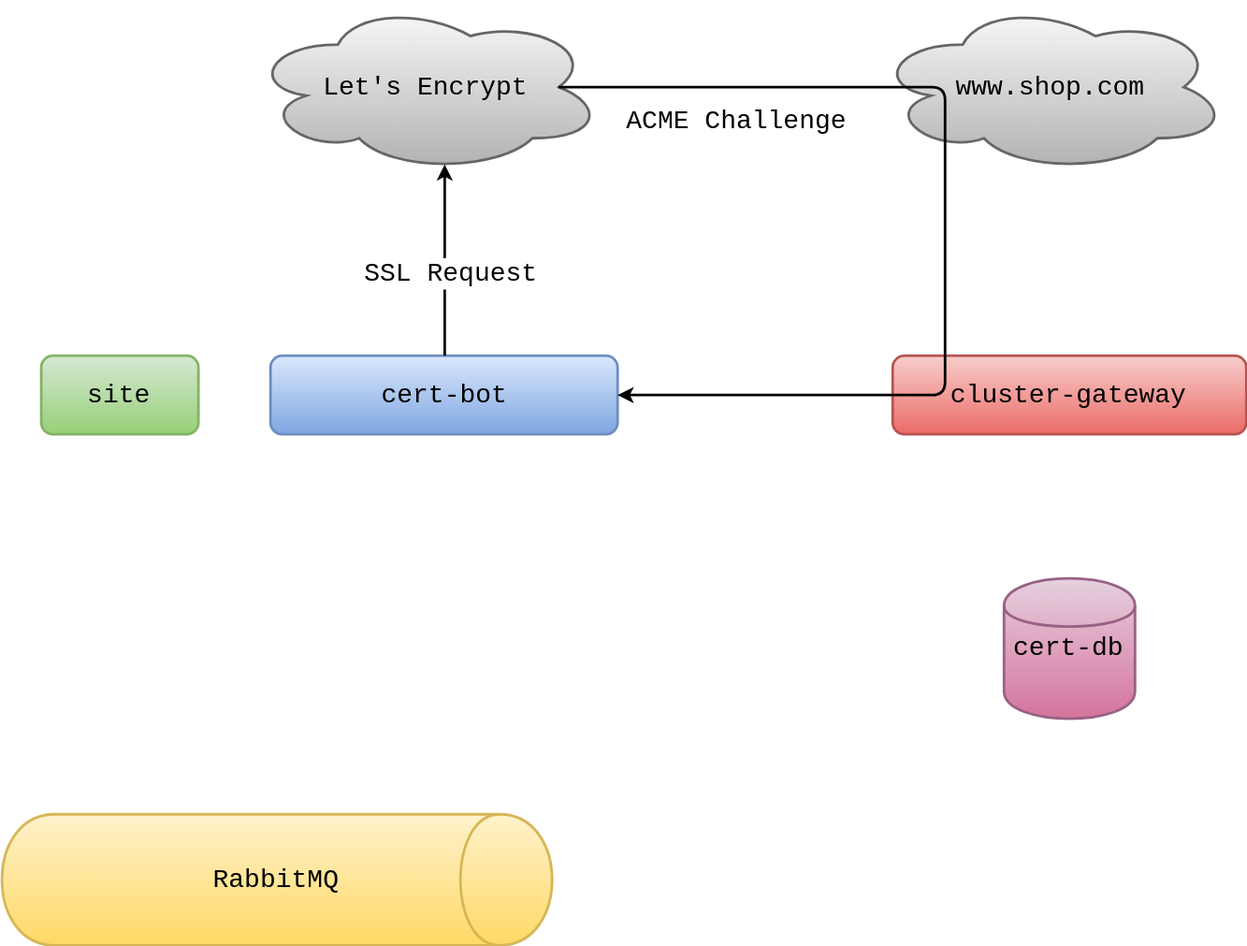
Before: presentations/lets-encrypt/img/certbot-2.svg, a diagram exported from draw.io (unabris/epages-docs). Source tidied: cells renumbered, new cells last; positions are measured from the earlier drawing's top-left corner, leaving out a move shared by most shapes.
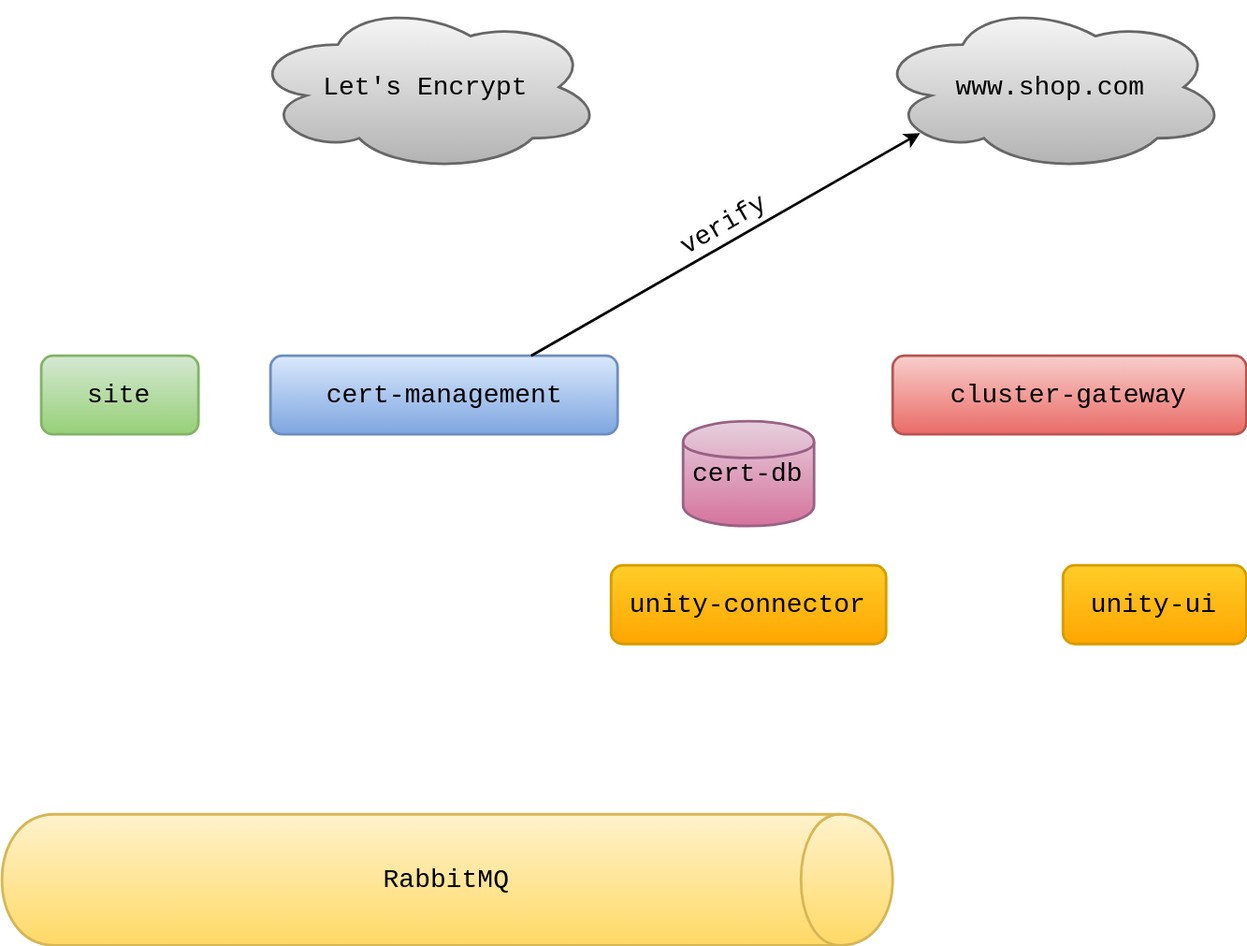
Above is the later version.

Diff of the diagram source:
```diff
@@ -6,15 +6,15 @@
       <mxGeometry x="680" y="270" width="270" height="60" as="geometry" />
     </mxCell>
     <mxCell id="3" value="RabbitMQ" style="shape=cylinder;whiteSpace=wrap;html=1;rounded=1;shadow=0;glass=0;comic=0;labelBackgroundColor=none;strokeColor=#d6b656;strokeWidth=2;fillColor=#fff2cc;gradientColor=#ffd966;fontFamily=Courier New;fontSize=20;fontColor=#000000;align=center;direction=south;gradientDirection=east;" parent="1" vertex="1">
-      <mxGeometry y="620" width="420" height="100" as="geometry" />
+      <mxGeometry y="620" width="680" height="100" as="geometry" />
     </mxCell>
     <mxCell id="4" value="cert-db" style="shape=cylinder;whiteSpace=wrap;html=1;rounded=1;shadow=0;glass=0;comic=0;labelBackgroundColor=none;strokeColor=#996185;strokeWidth=2;fillColor=#e6d0de;gradientColor=#d5739d;fontFamily=Courier New;fontSize=20;fontColor=#000000;align=center;" parent="1" vertex="1">
-      <mxGeometry x="765" y="440" width="100" height="107" as="geometry" />
+      <mxGeometry x="520" y="320" width="100" height="80" as="geometry" />
     </mxCell>
     <mxCell id="5" value="Let's Encrypt" style="ellipse;shape=cloud;whiteSpace=wrap;html=1;rounded=1;shadow=0;glass=0;comic=0;labelBackgroundColor=none;strokeColor=#666666;strokeWidth=2;fillColor=#f5f5f5;gradientColor=#b3b3b3;fontFamily=Courier New;fontSize=20;fontColor=#000000;align=center;" parent="1" vertex="1">
       <mxGeometry x="189" width="270" height="130" as="geometry" />
     </mxCell>
-    <mxCell id="6" value="cert-bot" style="rounded=1;whiteSpace=wrap;html=1;shadow=0;glass=0;comic=0;labelBackgroundColor=none;strokeColor=#6c8ebf;strokeWidth=2;fillColor=#dae8fc;gradientColor=#7ea6e0;fontFamily=Courier New;fontSize=20;fontColor=#000000;align=center;" parent="1" vertex="1">
+    <mxCell id="6" value="cert-management" style="rounded=1;whiteSpace=wrap;html=1;shadow=0;glass=0;comic=0;labelBackgroundColor=none;strokeColor=#6c8ebf;strokeWidth=2;fillColor=#dae8fc;gradientColor=#7ea6e0;fontFamily=Courier New;fontSize=20;fontColor=#000000;align=center;" parent="1" vertex="1">
       <mxGeometry x="205" y="270" width="265" height="60" as="geometry" />
     </mxCell>
     <mxCell id="7" value="site" style="rounded=1;whiteSpace=wrap;html=1;shadow=0;glass=0;comic=0;labelBackgroundColor=none;strokeColor=#82b366;strokeWidth=2;fillColor=#d5e8d4;gradientColor=#97d077;fontFamily=Courier New;fontSize=20;fontColor=#000000;align=center;" parent="1" vertex="1">
@@ -23,26 +23,19 @@
     <mxCell id="8" value="www.shop.com" style="ellipse;shape=cloud;whiteSpace=wrap;html=1;rounded=1;shadow=0;glass=0;comic=0;labelBackgroundColor=none;strokeColor=#666666;strokeWidth=2;fillColor=#f5f5f5;gradientColor=#b3b3b3;fontFamily=Courier New;fontSize=20;fontColor=#000000;align=center;" parent="1" vertex="1">
       <mxGeometry x="666" width="270" height="130" as="geometry" />
     </mxCell>
-    <mxCell id="9" style="endArrow=classic;html=1;shadow=0;strokeColor=#000000;strokeWidth=2;gradientColor=none;fontFamily=Courier New;fontSize=20;fontColor=#000000;exitX=0.5;exitY=0;entryX=0.55;entryY=0.95;entryPerimeter=0;" parent="1" edge="1" source="6" target="5">
-      <mxGeometry relative="1" as="geometry" />
-    </mxCell>
-    <mxCell id="10" value="SSL Request" style="text;html=1;align=center;verticalAlign=middle;labelBackgroundColor=#ffffff;fontSize=20;fontFamily=Courier New;fontColor=#000000;" parent="9" vertex="1">
-      <mxGeometry x="0.34" y="-1" relative="1" as="geometry">
-        <mxPoint x="3" y="34" as="offset" />
-      </mxGeometry>
-    </mxCell>
-    <mxCell id="11" style="endArrow=classic;html=1;shadow=0;strokeColor=#000000;strokeWidth=2;gradientColor=none;fontFamily=Courier New;fontSize=20;fontColor=#000000;exitX=0.875;exitY=0.5;exitPerimeter=0;entryX=1;entryY=0.5;" parent="1" edge="1" source="5" target="6">
-      <mxGeometry relative="1" as="geometry">
-        <Array as="points">
-          <mxPoint x="720" y="65" />
-          <mxPoint x="720" y="300" />
-        </Array>
-      </mxGeometry>
-    </mxCell>
-    <mxCell id="12" value="ACME Challenge" style="text;html=1;align=center;verticalAlign=middle;labelBackgroundColor=#ffffff;fontSize=20;fontFamily=Courier New;fontColor=#000000;" parent="11" vertex="1">
-      <mxGeometry x="-0.09" y="1" relative="1" as="geometry">
-        <mxPoint x="-161" y="-34" as="offset" />
-      </mxGeometry>
-    </mxCell>
+    <mxCell id="13" style="endArrow=classic;html=1;shadow=0;strokeColor=#000000;strokeWidth=2;gradientColor=none;fontFamily=Courier New;fontSize=20;fontColor=#000000;exitX=0.75;exitY=0;entryX=0.13;entryY=0.77;entryPerimeter=0;" parent="1" edge="1" source="6" target="8">
+      <mxGeometry relative="1" as="geometry" />
+    </mxCell>
+    <mxCell id="14" value="verify" style="text;html=1;align=center;verticalAlign=middle;labelBackgroundColor=none;fontSize=20;fontFamily=Courier New;fontColor=#000000;rotation=330;" parent="13" vertex="1">
+      <mxGeometry x="0.07" y="-3" relative="1" as="geometry">
+        <mxPoint x="-15" y="-11" as="offset" />
+      </mxGeometry>
+    </mxCell>
+    <mxCell id="15" value="unity-connector" style="rounded=1;whiteSpace=wrap;html=1;shadow=0;glass=0;comic=0;labelBackgroundColor=none;strokeColor=#d79b00;strokeWidth=2;fillColor=#ffcd28;gradientColor=#ffa500;fontFamily=Courier New;fontSize=20;fontColor=#000000;align=center;" parent="1" vertex="1">
+      <mxGeometry x="465" y="430" width="210" height="60" as="geometry" />
+    </mxCell>
+    <mxCell id="16" value="unity-ui" style="rounded=1;whiteSpace=wrap;html=1;shadow=0;glass=0;comic=0;labelBackgroundColor=none;strokeColor=#d79b00;strokeWidth=2;fillColor=#ffcd28;gradientColor=#ffa500;fontFamily=Courier New;fontSize=20;fontColor=#000000;align=center;" parent="1" vertex="1">
+      <mxGeometry x="810" y="430" width="140" height="60" as="geometry" />
+    </mxCell>
   </root>
 </mxGraphModel>
```
